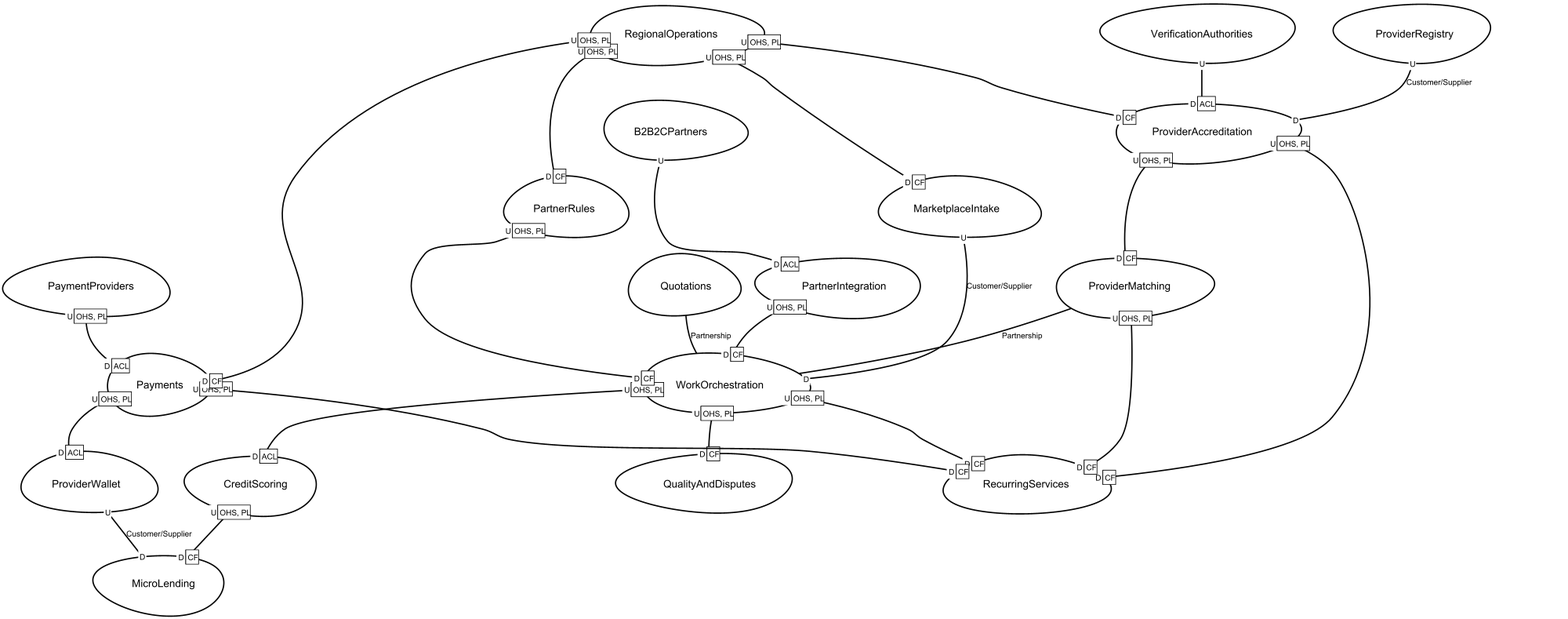
Earlier version of the Graphviz export src-gen/hogar-de-los-alpes-to-be_ContextMap.png (dso-uniandes/apps-no-monoliticas). Its source is kept beside it as src-gen/hogar-de-los-alpes-to-be_ContextMap.gv.
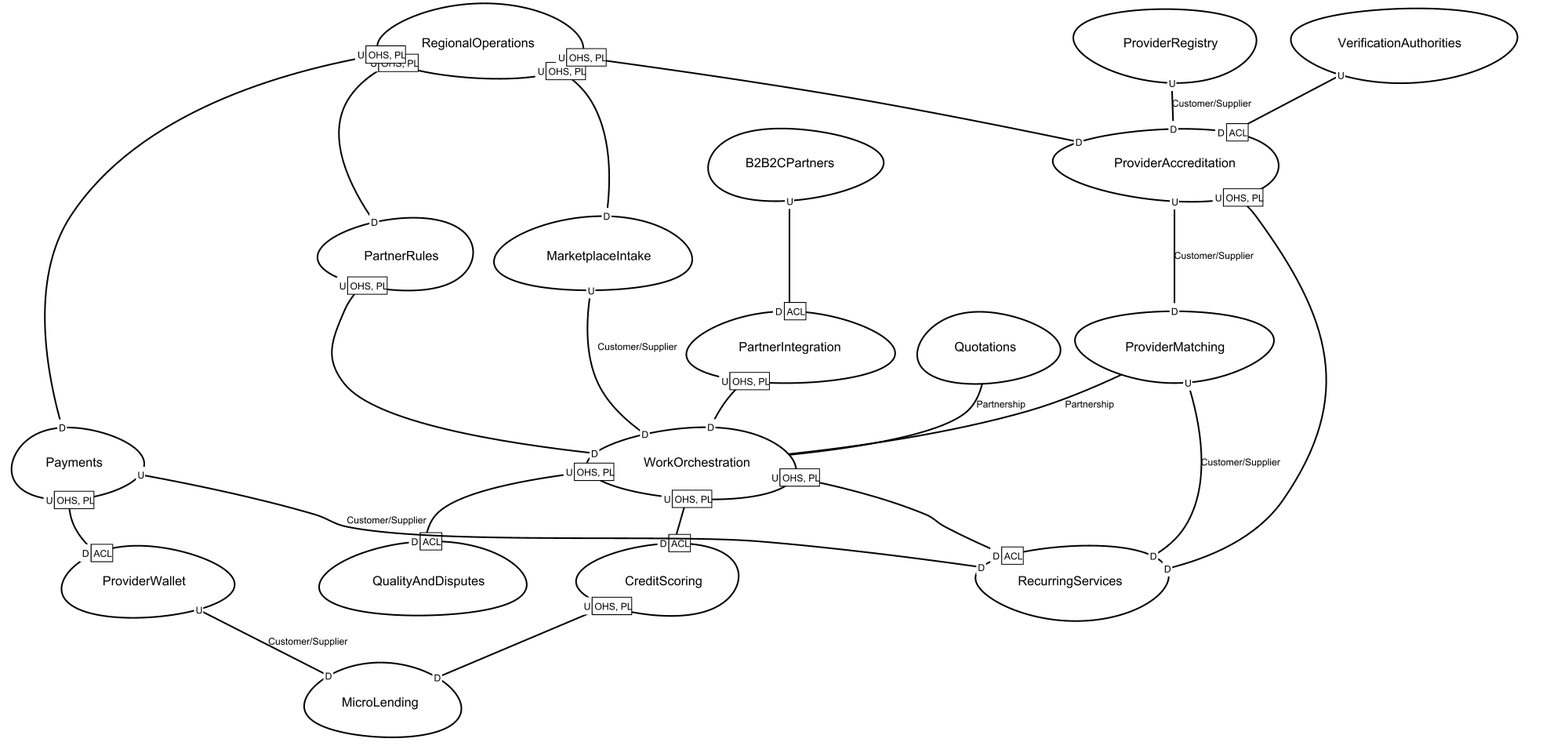
The same diagram one commit later.

The edit, as a diff of the source:
```diff
@@ -1,30 +1,39 @@
 digraph "ContextMapGraph" {
 graph ["imagepath"="C:\Users\danie\AppData\Local\Temp\GraphvizJava"]
-"B2B2CPartners" ["margin"="0.3","orientation"="313","shape"="egg","fontsize"="16","style"="bold","label"="B2B2CPartners\n","fontname"="sans-serif"]
-"PartnerIntegration" ["margin"="0.3","orientation"="180","shape"="egg","fontsize"="16","style"="bold","label"="PartnerIntegration\n","fontname"="sans-serif"]
-"WorkOrchestration" ["margin"="0.3","orientation"="205","shape"="egg","fontsize"="16","style"="bold","label"="WorkOrchestration\n","fontname"="sans-serif"]
-"CreditScoring" ["margin"="0.3","orientation"="160","shape"="egg","fontsize"="16","style"="bold","label"="CreditScoring\n","fontname"="sans-serif"]
-"MicroLending" ["margin"="0.3","orientation"="73","shape"="egg","fontsize"="16","style"="bold","label"="MicroLending\n","fontname"="sans-serif"]
-"RecurringServices" ["margin"="0.3","orientation"="57","shape"="egg","fontsize"="16","style"="bold","label"="RecurringServices\n","fontname"="sans-serif"]
-"QualityAndDisputes" ["margin"="0.3","orientation"="233","shape"="egg","fontsize"="16","style"="bold","label"="QualityAndDisputes\n","fontname"="sans-serif"]
-"MarketplaceIntake" ["margin"="0.3","orientation"="95","shape"="egg","fontsize"="16","style"="bold","label"="MarketplaceIntake\n","fontname"="sans-serif"]
-"PartnerRules" ["margin"="0.3","orientation"="27","shape"="egg","fontsize"="16","style"="bold","label"="PartnerRules\n","fontname"="sans-serif"]
-"PaymentProviders" ["margin"="0.3","orientation"="259","shape"="egg","fontsize"="16","style"="bold","label"="PaymentProviders\n","fontname"="sans-serif"]
-"Payments" ["margin"="0.3","orientation"="167","shape"="egg","fontsize"="16","style"="bold","label"="Payments\n","fontname"="sans-serif"]
-"ProviderWallet" ["margin"="0.3","orientation"="262","shape"="egg","fontsize"="16","style"="bold","label"="ProviderWallet\n","fontname"="sans-serif"]
-"ProviderAccreditation" ["margin"="0.3","orientation"="329","shape"="egg","fontsize"="16","style"="bold","label"="ProviderAccreditation\n","fontname"="sans-serif"]
-"ProviderMatching" ["margin"="0.3","orientation"="55","shape"="egg","fontsize"="16","style"="bold","label"="ProviderMatching\n","fontname"="sans-serif"]
-"ProviderRegistry" ["margin"="0.3","orientation"="13","shape"="egg","fontsize"="16","style"="bold","label"="ProviderRegistry\n","fontname"="sans-serif"]
-"Quotations" ["margin"="0.3","orientation"="104","shape"="egg","fontsize"="16","style"="bold","label"="Quotations\n","fontname"="sans-serif"]
-"RegionalOperations" ["margin"="0.3","orientation"="269","shape"="egg","fontsize"="16","style"="bold","label"="RegionalOperations\n","fontname"="sans-serif"]
-"VerificationAuthorities" ["margin"="0.3","orientation"="186","shape"="egg","fontsize"="16","style"="bold","label"="VerificationAuthorities\n","fontname"="sans-serif"]
+"B2B2CPartners" ["margin"="0.3","orientation"="338","shape"="egg","fontsize"="16","style"="bold","label"="B2B2CPartners\n","fontname"="sans-serif"]
+"PartnerIntegration" ["margin"="0.3","orientation"="255","shape"="egg","fontsize"="16","style"="bold","label"="PartnerIntegration\n","fontname"="sans-serif"]
+"WorkOrchestration" ["margin"="0.3","orientation"="97","shape"="egg","fontsize"="16","style"="bold","label"="WorkOrchestration\n","fontname"="sans-serif"]
+"QualityAndDisputes" ["margin"="0.3","orientation"="118","shape"="egg","fontsize"="16","style"="bold","label"="QualityAndDisputes\n","fontname"="sans-serif"]
+"RecurringServices" ["margin"="0.3","orientation"="71","shape"="egg","fontsize"="16","style"="bold","label"="RecurringServices\n","fontname"="sans-serif"]
+"CreditScoring" ["margin"="0.3","orientation"="129","shape"="egg","fontsize"="16","style"="bold","label"="CreditScoring\n","fontname"="sans-serif"]
+"MicroLending" ["margin"="0.3","orientation"="82","shape"="egg","fontsize"="16","style"="bold","label"="MicroLending\n","fontname"="sans-serif"]
+"MarketplaceIntake" ["margin"="0.3","orientation"="139","shape"="egg","fontsize"="16","style"="bold","label"="MarketplaceIntake\n","fontname"="sans-serif"]
+"PartnerRules" ["margin"="0.3","orientation"="274","shape"="egg","fontsize"="16","style"="bold","label"="PartnerRules\n","fontname"="sans-serif"]
+"Payments" ["margin"="0.3","orientation"="156","shape"="egg","fontsize"="16","style"="bold","label"="Payments\n","fontname"="sans-serif"]
+"ProviderWallet" ["margin"="0.3","orientation"="236","shape"="egg","fontsize"="16","style"="bold","label"="ProviderWallet\n","fontname"="sans-serif"]
+"ProviderAccreditation" ["margin"="0.3","orientation"="279","shape"="egg","fontsize"="16","style"="bold","label"="ProviderAccreditation\n","fontname"="sans-serif"]
+"ProviderMatching" ["margin"="0.3","orientation"="229","shape"="egg","fontsize"="16","style"="bold","label"="ProviderMatching\n","fontname"="sans-serif"]
+"ProviderRegistry" ["margin"="0.3","orientation"="62","shape"="egg","fontsize"="16","style"="bold","label"="ProviderRegistry\n","fontname"="sans-serif"]
+"Quotations" ["margin"="0.3","orientation"="54","shape"="egg","fontsize"="16","style"="bold","label"="Quotations\n","fontname"="sans-serif"]
+"RegionalOperations" ["margin"="0.3","orientation"="99","shape"="egg","fontsize"="16","style"="bold","label"="RegionalOperations\n","fontname"="sans-serif"]
+"VerificationAuthorities" ["margin"="0.3","orientation"="317","shape"="egg","fontsize"="16","style"="bold","label"="VerificationAuthorities\n","fontname"="sans-serif"]
 "B2B2CPartners" -> "PartnerIntegration" ["headlabel"=<<table cellspacing="0" cellborder="1" border="0">
 <tr><td bgcolor="white" sides="r">D</td><td sides="trbl" bgcolor="white"><font>ACL</font></td></tr>
 </table>>,"labeldistance"="0","fontsize"="12","taillabel"=<<table cellspacing="0" cellborder="0" border="0">
 <tr><td bgcolor="white">U</td></tr>
 </table>>,"style"="bold","label"="                                                                                ","dir"="none","fontname"="sans-serif"]
-"PartnerIntegration" -> "WorkOrchestration" ["headlabel"=<<table cellspacing="0" cellborder="1" border="0">
-<tr><td bgcolor="white" sides="r">D</td><td sides="trbl" bgcolor="white"><font>CF</font></td></tr>
+"PartnerIntegration" -> "WorkOrchestration" ["headlabel"=<<table cellspacing="0" cellborder="0" border="0">
+<tr><td bgcolor="white">D</td></tr>
+</table>>,"labeldistance"="0","fontsize"="12","taillabel"=<<table cellspacing="0" cellborder="1" border="0">
+<tr><td bgcolor="white" sides="r">U</td><td sides="trbl" bgcolor="white"><font>OHS, PL</font></td></tr>
+</table>>,"style"="bold","label"="                                                                                ","dir"="none","fontname"="sans-serif"]
+"WorkOrchestration" -> "QualityAndDisputes" ["headlabel"=<<table cellspacing="0" cellborder="1" border="0">
+<tr><td bgcolor="white" sides="r">D</td><td sides="trbl" bgcolor="white"><font>ACL</font></td></tr>
+</table>>,"labeldistance"="0","fontsize"="12","taillabel"=<<table cellspacing="0" cellborder="1" border="0">
+<tr><td bgcolor="white" sides="r">U</td><td sides="trbl" bgcolor="white"><font>OHS, PL</font></td></tr>
+</table>>,"style"="bold","label"="                                                                                ","dir"="none","fontname"="sans-serif"]
+"WorkOrchestration" -> "RecurringServices" ["headlabel"=<<table cellspacing="0" cellborder="1" border="0">
+<tr><td bgcolor="white" sides="r">D</td><td sides="trbl" bgcolor="white"><font>ACL</font></td></tr>
 </table>>,"labeldistance"="0","fontsize"="12","taillabel"=<<table cellspacing="0" cellborder="1" border="0">
 <tr><td bgcolor="white" sides="r">U</td><td sides="trbl" bgcolor="white"><font>OHS, PL</font></td></tr>
 </table>>,"style"="bold","label"="                                                                                ","dir"="none","fontname"="sans-serif"]
@@ -33,18 +42,8 @@
 </table>>,"labeldistance"="0","fontsize"="12","taillabel"=<<table cellspacing="0" cellborder="1" border="0">
 <tr><td bgcolor="white" sides="r">U</td><td sides="trbl" bgcolor="white"><font>OHS, PL</font></td></tr>
 </table>>,"style"="bold","label"="                                                                                ","dir"="none","fontname"="sans-serif"]
-"WorkOrchestration" -> "RecurringServices" ["headlabel"=<<table cellspacing="0" cellborder="1" border="0">
-<tr><td bgcolor="white" sides="r">D</td><td sides="trbl" bgcolor="white"><font>CF</font></td></tr>
-</table>>,"labeldistance"="0","fontsize"="12","taillabel"=<<table cellspacing="0" cellborder="1" border="0">
-<tr><td bgcolor="white" sides="r">U</td><td sides="trbl" bgcolor="white"><font>OHS, PL</font></td></tr>
-</table>>,"style"="bold","label"="                                                                                ","dir"="none","fontname"="sans-serif"]
-"WorkOrchestration" -> "QualityAndDisputes" ["headlabel"=<<table cellspacing="0" cellborder="1" border="0">
-<tr><td bgcolor="white" sides="r">D</td><td sides="trbl" bgcolor="white"><font>CF</font></td></tr>
-</table>>,"labeldistance"="0","fontsize"="12","taillabel"=<<table cellspacing="0" cellborder="1" border="0">
-<tr><td bgcolor="white" sides="r">U</td><td sides="trbl" bgcolor="white"><font>OHS, PL</font></td></tr>
-</table>>,"style"="bold","label"="                                                                                ","dir"="none","fontname"="sans-serif"]
-"CreditScoring" -> "MicroLending" ["headlabel"=<<table cellspacing="0" cellborder="1" border="0">
-<tr><td bgcolor="white" sides="r">D</td><td sides="trbl" bgcolor="white"><font>CF</font></td></tr>
+"CreditScoring" -> "MicroLending" ["headlabel"=<<table cellspacing="0" cellborder="0" border="0">
+<tr><td bgcolor="white">D</td></tr>
 </table>>,"labeldistance"="0","fontsize"="12","taillabel"=<<table cellspacing="0" cellborder="1" border="0">
 <tr><td bgcolor="white" sides="r">U</td><td sides="trbl" bgcolor="white"><font>OHS, PL</font></td></tr>
 </table>>,"style"="bold","label"="                                                                                ","dir"="none","fontname"="sans-serif"]
@@ -53,13 +52,8 @@
 </table>>,"labeldistance"="0","fontsize"="12","taillabel"=<<table cellspacing="0" cellborder="0" border="0">
 <tr><td bgcolor="white">U</td></tr>
 </table>>,"style"="bold","label"="Customer/Supplier","dir"="none","fontname"="sans-serif"]
-"PartnerRules" -> "WorkOrchestration" ["headlabel"=<<table cellspacing="0" cellborder="1" border="0">
-<tr><td bgcolor="white" sides="r">D</td><td sides="trbl" bgcolor="white"><font>CF</font></td></tr>
-</table>>,"labeldistance"="0","fontsize"="12","taillabel"=<<table cellspacing="0" cellborder="1" border="0">
-<tr><td bgcolor="white" sides="r">U</td><td sides="trbl" bgcolor="white"><font>OHS, PL</font></td></tr>
-</table>>,"style"="bold","label"="                                                                                ","dir"="none","fontname"="sans-serif"]
-"PaymentProviders" -> "Payments" ["headlabel"=<<table cellspacing="0" cellborder="1" border="0">
-<tr><td bgcolor="white" sides="r">D</td><td sides="trbl" bgcolor="white"><font>ACL</font></td></tr>
+"PartnerRules" -> "WorkOrchestration" ["headlabel"=<<table cellspacing="0" cellborder="0" border="0">
+<tr><td bgcolor="white">D</td></tr>
 </table>>,"labeldistance"="0","fontsize"="12","taillabel"=<<table cellspacing="0" cellborder="1" border="0">
 <tr><td bgcolor="white" sides="r">U</td><td sides="trbl" bgcolor="white"><font>OHS, PL</font></td></tr>
 </table>>,"style"="bold","label"="                                                                                ","dir"="none","fontname"="sans-serif"]
@@ -68,31 +62,31 @@
 </table>>,"labeldistance"="0","fontsize"="12","taillabel"=<<table cellspacing="0" cellborder="1" border="0">
 <tr><td bgcolor="white" sides="r">U</td><td sides="trbl" bgcolor="white"><font>OHS, PL</font></td></tr>
 </table>>,"style"="bold","label"="                                                                                ","dir"="none","fontname"="sans-serif"]
-"Payments" -> "RecurringServices" ["headlabel"=<<table cellspacing="0" cellborder="1" border="0">
-<tr><td bgcolor="white" sides="r">D</td><td sides="trbl" bgcolor="white"><font>CF</font></td></tr>
-</table>>,"labeldistance"="0","fontsize"="12","taillabel"=<<table cellspacing="0" cellborder="1" border="0">
-<tr><td bgcolor="white" sides="r">U</td><td sides="trbl" bgcolor="white"><font>OHS, PL</font></td></tr>
-</table>>,"style"="bold","label"="                                                                                ","dir"="none","fontname"="sans-serif"]
+"Payments" -> "RecurringServices" ["headlabel"=<<table cellspacing="0" cellborder="0" border="0">
+<tr><td bgcolor="white">D</td></tr>
+</table>>,"labeldistance"="0","fontsize"="12","taillabel"=<<table cellspacing="0" cellborder="0" border="0">
+<tr><td bgcolor="white">U</td></tr>
+</table>>,"style"="bold","label"="Customer/Supplier","dir"="none","fontname"="sans-serif"]
 "ProviderWallet" -> "MicroLending" ["headlabel"=<<table cellspacing="0" cellborder="0" border="0">
 <tr><td bgcolor="white">D</td></tr>
 </table>>,"labeldistance"="0","fontsize"="12","taillabel"=<<table cellspacing="0" cellborder="0" border="0">
 <tr><td bgcolor="white">U</td></tr>
 </table>>,"style"="bold","label"="Customer/Supplier","dir"="none","fontname"="sans-serif"]
-"ProviderAccreditation" -> "ProviderMatching" ["headlabel"=<<table cellspacing="0" cellborder="1" border="0">
-<tr><td bgcolor="white" sides="r">D</td><td sides="trbl" bgcolor="white"><font>CF</font></td></tr>
+"ProviderAccreditation" -> "RecurringServices" ["headlabel"=<<table cellspacing="0" cellborder="0" border="0">
+<tr><td bgcolor="white">D</td></tr>
 </table>>,"labeldistance"="0","fontsize"="12","taillabel"=<<table cellspacing="0" cellborder="1" border="0">
 <tr><td bgcolor="white" sides="r">U</td><td sides="trbl" bgcolor="white"><font>OHS, PL</font></td></tr>
 </table>>,"style"="bold","label"="                                                                                ","dir"="none","fontname"="sans-serif"]
-"ProviderAccreditation" -> "RecurringServices" ["headlabel"=<<table cellspacing="0" cellborder="1" border="0">
-<tr><td bgcolor="white" sides="r">D</td><td sides="trbl" bgcolor="white"><font>CF</font></td></tr>
-</table>>,"labeldistance"="0","fontsize"="12","taillabel"=<<table cellspacing="0" cellborder="1" border="0">
-<tr><td bgcolor="white" sides="r">U</td><td sides="trbl" bgcolor="white"><font>OHS, PL</font></td></tr>
-</table>>,"style"="bold","label"="                                                                                ","dir"="none","fontname"="sans-serif"]
-"ProviderMatching" -> "RecurringServices" ["headlabel"=<<table cellspacing="0" cellborder="1" border="0">
-<tr><td bgcolor="white" sides="r">D</td><td sides="trbl" bgcolor="white"><font>CF</font></td></tr>
-</table>>,"labeldistance"="0","fontsize"="12","taillabel"=<<table cellspacing="0" cellborder="1" border="0">
-<tr><td bgcolor="white" sides="r">U</td><td sides="trbl" bgcolor="white"><font>OHS, PL</font></td></tr>
-</table>>,"style"="bold","label"="                                                                                ","dir"="none","fontname"="sans-serif"]
+"ProviderAccreditation" -> "ProviderMatching" ["headlabel"=<<table cellspacing="0" cellborder="0" border="0">
+<tr><td bgcolor="white">D</td></tr>
+</table>>,"labeldistance"="0","fontsize"="12","taillabel"=<<table cellspacing="0" cellborder="0" border="0">
+<tr><td bgcolor="white">U</td></tr>
+</table>>,"style"="bold","label"="Customer/Supplier","dir"="none","fontname"="sans-serif"]
+"ProviderMatching" -> "RecurringServices" ["headlabel"=<<table cellspacing="0" cellborder="0" border="0">
+<tr><td bgcolor="white">D</td></tr>
+</table>>,"labeldistance"="0","fontsize"="12","taillabel"=<<table cellspacing="0" cellborder="0" border="0">
+<tr><td bgcolor="white">U</td></tr>
+</table>>,"style"="bold","label"="Customer/Supplier","dir"="none","fontname"="sans-serif"]
 "ProviderMatching" -> "WorkOrchestration" ["fontsize"="12","style"="bold","label"="Partnership","dir"="none","fontname"="sans-serif"]
 "ProviderRegistry" -> "ProviderAccreditation" ["headlabel"=<<table cellspacing="0" cellborder="0" border="0">
 <tr><td bgcolor="white">D</td></tr>
@@ -100,23 +94,23 @@
 <tr><td bgcolor="white">U</td></tr>
 </table>>,"style"="bold","label"="Customer/Supplier","dir"="none","fontname"="sans-serif"]
 "Quotations" -> "WorkOrchestration" ["fontsize"="12","style"="bold","label"="Partnership","dir"="none","fontname"="sans-serif"]
-"RegionalOperations" -> "MarketplaceIntake" ["headlabel"=<<table cellspacing="0" cellborder="1" border="0">
-<tr><td bgcolor="white" sides="r">D</td><td sides="trbl" bgcolor="white"><font>CF</font></td></tr>
+"RegionalOperations" -> "MarketplaceIntake" ["headlabel"=<<table cellspacing="0" cellborder="0" border="0">
+<tr><td bgcolor="white">D</td></tr>
 </table>>,"labeldistance"="0","fontsize"="12","taillabel"=<<table cellspacing="0" cellborder="1" border="0">
 <tr><td bgcolor="white" sides="r">U</td><td sides="trbl" bgcolor="white"><font>OHS, PL</font></td></tr>
 </table>>,"style"="bold","label"="                                                                                ","dir"="none","fontname"="sans-serif"]
-"RegionalOperations" -> "PartnerRules" ["headlabel"=<<table cellspacing="0" cellborder="1" border="0">
-<tr><td bgcolor="white" sides="r">D</td><td sides="trbl" bgcolor="white"><font>CF</font></td></tr>
+"RegionalOperations" -> "ProviderAccreditation" ["headlabel"=<<table cellspacing="0" cellborder="0" border="0">
+<tr><td bgcolor="white">D</td></tr>
 </table>>,"labeldistance"="0","fontsize"="12","taillabel"=<<table cellspacing="0" cellborder="1" border="0">
 <tr><td bgcolor="white" sides="r">U</td><td sides="trbl" bgcolor="white"><font>OHS, PL</font></td></tr>
 </table>>,"style"="bold","label"="                                                                                ","dir"="none","fontname"="sans-serif"]
-"RegionalOperations" -> "Payments" ["headlabel"=<<table cellspacing="0" cellborder="1" border="0">
-<tr><td bgcolor="white" sides="r">D</td><td sides="trbl" bgcolor="white"><font>CF</font></td></tr>
+"RegionalOperations" -> "Payments" ["headlabel"=<<table cellspacing="0" cellborder="0" border="0">
+<tr><td bgcolor="white">D</td></tr>
 </table>>,"labeldistance"="0","fontsize"="12","taillabel"=<<table cellspacing="0" cellborder="1" border="0">
 <tr><td bgcolor="white" sides="r">U</td><td sides="trbl" bgcolor="white"><font>OHS, PL</font></td></tr>
 </table>>,"style"="bold","label"="                                                                                ","dir"="none","fontname"="sans-serif"]
-"RegionalOperations" -> "ProviderAccreditation" ["headlabel"=<<table cellspacing="0" cellborder="1" border="0">
-<tr><td bgcolor="white" sides="r">D</td><td sides="trbl" bgcolor="white"><font>CF</font></td></tr>
+"RegionalOperations" -> "PartnerRules" ["headlabel"=<<table cellspacing="0" cellborder="0" border="0">
+<tr><td bgcolor="white">D</td></tr>
 </table>>,"labeldistance"="0","fontsize"="12","taillabel"=<<table cellspacing="0" cellborder="1" border="0">
 <tr><td bgcolor="white" sides="r">U</td><td sides="trbl" bgcolor="white"><font>OHS, PL</font></td></tr>
 </table>>,"style"="bold","label"="                                                                                ","dir"="none","fontname"="sans-serif"]
```
